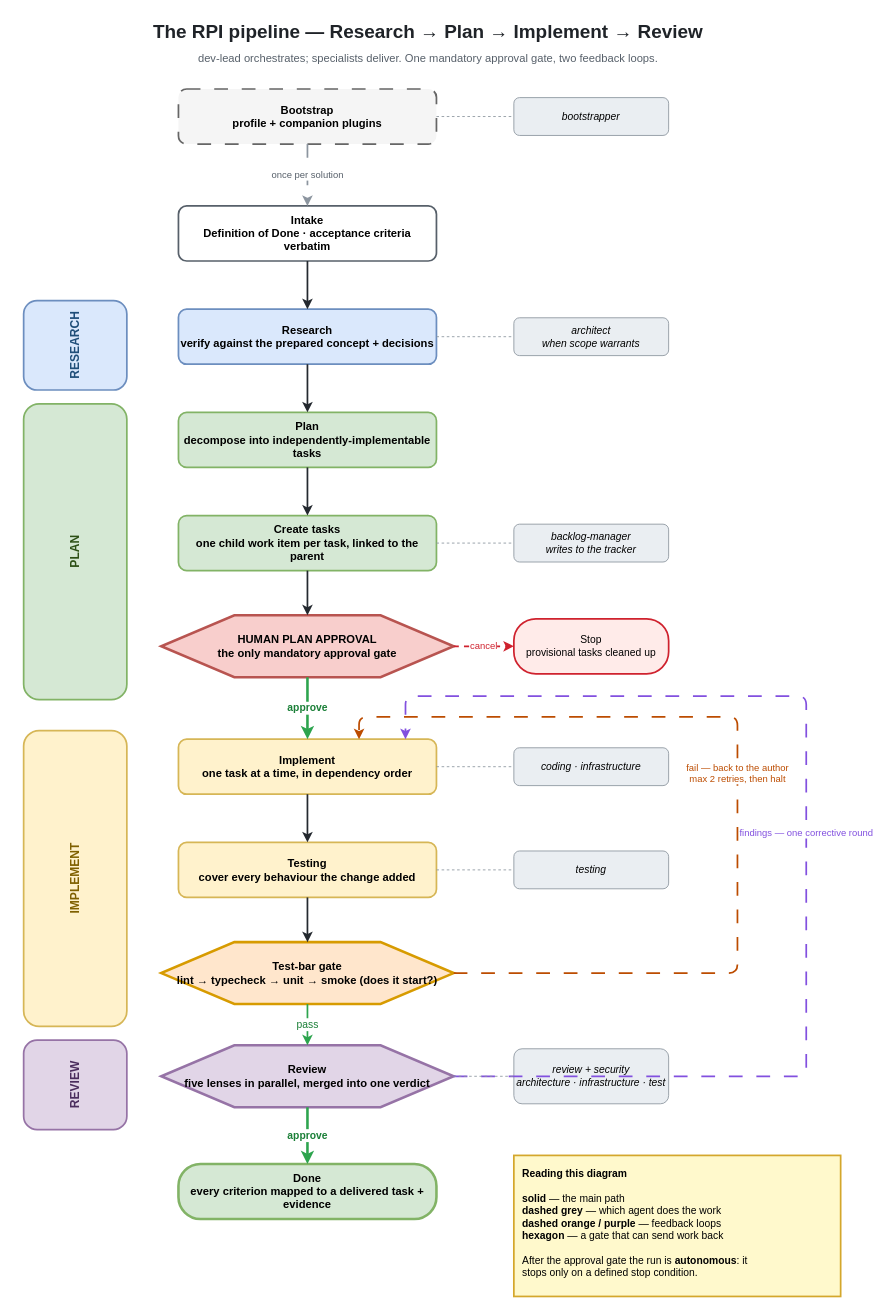
The draw.io diagram docs/assets/rpi-pipeline.drawio in hoffe86/agile-agents, before the edit. Source tidied: cells renumbered, new cells numbered last; positions are measured from the earlier drawing's top-left corner, leaving out a move shared by most shapes. Both pictures are drawn from the tidied source at 86%, with x=0, y=0 at pixel (15, 15).
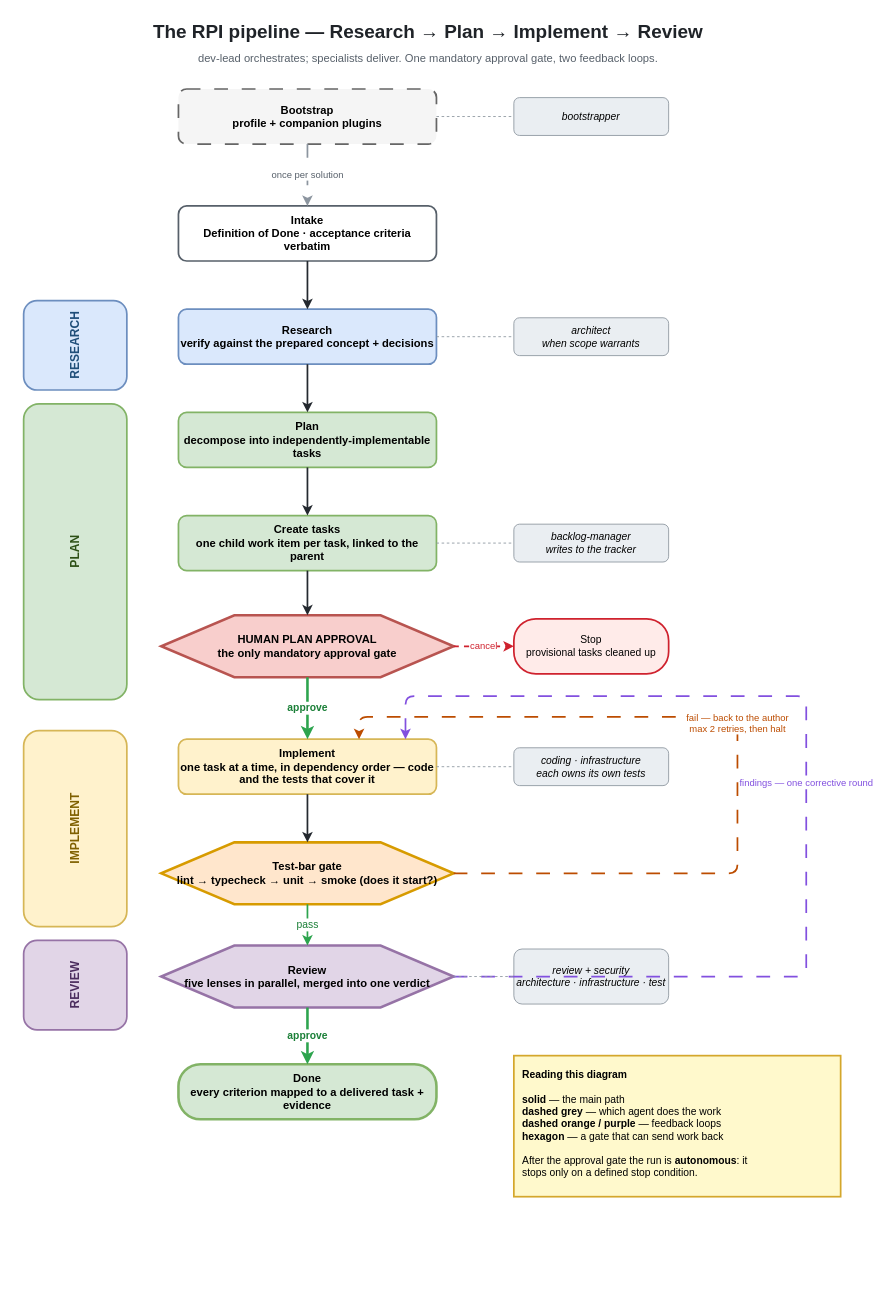
After the change.

Diff of the diagram source:
```diff
@@
     <mxCell id="6" value="IMPLEMENT" style="rounded=1;whiteSpace=wrap;html=1;fillColor=#fff2cc;strokeColor=#d6b656;strokeWidth=2;fontSize=14;fontStyle=1;fontColor=#7f6000;verticalAlign=middle;horizontal=0;" parent="1" vertex="1">
-      <mxGeometry x="10" y="832" width="120" height="344" as="geometry" />
+      <mxGeometry x="10" y="832" width="120" height="228" as="geometry" />
     </mxCell>
     <mxCell id="7" value="REVIEW" style="rounded=1;whiteSpace=wrap;html=1;fillColor=#e1d5e7;strokeColor=#9673a6;strokeWidth=2;fontSize=14;fontStyle=1;fontColor=#4b2d5e;verticalAlign=middle;horizontal=0;" parent="1" vertex="1">
-      <mxGeometry x="10" y="1192" width="120" height="104" as="geometry" />
+      <mxGeometry x="10" y="1076" width="120" height="104" as="geometry" />
     </mxCell>
@@
-    <mxCell id="15" value="Implement&#10;one task at a time, in dependency order" style="rounded=1;whiteSpace=wrap;html=1;fillColor=#fff2cc;strokeColor=#d6b656;strokeWidth=2;fontSize=13;fontStyle=1;" parent="1" vertex="1">
+    <mxCell id="15" value="Implement&#10;one task at a time, in dependency order — code and the tests that cover it" style="rounded=1;whiteSpace=wrap;html=1;fillColor=#fff2cc;strokeColor=#d6b656;strokeWidth=2;fontSize=13;fontStyle=1;" parent="1" vertex="1">
       <mxGeometry x="190" y="842" width="300" height="64" as="geometry" />
     </mxCell>
-    <mxCell id="16" value="Testing&#10;cover every behaviour the change added" style="rounded=1;whiteSpace=wrap;html=1;fillColor=#fff2cc;strokeColor=#d6b656;strokeWidth=2;fontSize=13;fontStyle=1;" parent="1" vertex="1">
-      <mxGeometry x="190" y="962" width="300" height="64" as="geometry" />
-    </mxCell>
     <mxCell id="17" value="Test-bar gate&#10;lint → typecheck → unit → smoke (does it start?)" style="shape=hexagon;perimeter=hexagonPerimeter2;whiteSpace=wrap;html=1;fillColor=#ffe6cc;strokeColor=#d79b00;strokeWidth=3;fontSize=13;fontStyle=1;" parent="1" vertex="1">
-      <mxGeometry x="170" y="1078" width="340" height="72" as="geometry" />
+      <mxGeometry x="170" y="962" width="340" height="72" as="geometry" />
     </mxCell>
     <mxCell id="18" value="Review&#10;five lenses in parallel, merged into one verdict" style="shape=hexagon;perimeter=hexagonPerimeter2;whiteSpace=wrap;html=1;fillColor=#e1d5e7;strokeColor=#9673a6;strokeWidth=3;fontSize=13;fontStyle=1;" parent="1" vertex="1">
-      <mxGeometry x="170" y="1198" width="340" height="72" as="geometry" />
+      <mxGeometry x="170" y="1082" width="340" height="72" as="geometry" />
     </mxCell>
     <mxCell id="19" value="Done&#10;every criterion mapped to a delivered task + evidence" style="rounded=1;arcSize=40;whiteSpace=wrap;html=1;fillColor=#d5e8d4;strokeColor=#82b366;strokeWidth=3;fontSize=13;fontStyle=1;" parent="1" vertex="1">
-      <mxGeometry x="190" y="1336" width="300" height="64" as="geometry" />
+      <mxGeometry x="190" y="1220" width="300" height="64" as="geometry" />
     </mxCell>
@@
-    <mxCell id="23" value="coding · infrastructure" style="rounded=1;whiteSpace=wrap;html=1;fillColor=#eaeef2;strokeColor=#8c959f;fontSize=12;fontStyle=2;" parent="1" vertex="1">
+    <mxCell id="23" value="coding · infrastructure&#10;each owns its own tests" style="rounded=1;whiteSpace=wrap;html=1;fillColor=#eaeef2;strokeColor=#8c959f;fontSize=12;fontStyle=2;" parent="1" vertex="1">
       <mxGeometry x="580" y="852" width="180" height="44" as="geometry" />
     </mxCell>
-    <mxCell id="24" value="testing" style="rounded=1;whiteSpace=wrap;html=1;fillColor=#eaeef2;strokeColor=#8c959f;fontSize=12;fontStyle=2;" parent="1" vertex="1">
-      <mxGeometry x="580" y="972" width="180" height="44" as="geometry" />
-    </mxCell>
     <mxCell id="25" value="review + security&#10;architecture · infrastructure · test" style="rounded=1;whiteSpace=wrap;html=1;fillColor=#eaeef2;strokeColor=#8c959f;fontSize=12;fontStyle=2;" parent="1" vertex="1">
-      <mxGeometry x="580" y="1202" width="180" height="64" as="geometry" />
+      <mxGeometry x="580" y="1086" width="180" height="64" as="geometry" />
     </mxCell>
@@
-    <mxCell id="33" style="edgeStyle=orthogonalEdgeStyle;rounded=1;html=1;strokeWidth=2;strokeColor=#24292f;" parent="1" edge="1" source="15" target="16">
-      <mxGeometry relative="1" as="geometry" />
-    </mxCell>
-    <mxCell id="34" style="edgeStyle=orthogonalEdgeStyle;rounded=1;html=1;strokeWidth=2;strokeColor=#24292f;" parent="1" edge="1" source="16" target="17">
-      <mxGeometry relative="1" as="geometry" />
-    </mxCell>
+    <mxCell id="46" style="edgeStyle=orthogonalEdgeStyle;rounded=1;html=1;strokeWidth=2;strokeColor=#24292f;" parent="1" edge="1" source="15" target="17">
+      <mxGeometry relative="1" as="geometry" />
+    </mxCell>
@@
     <mxCell id="37" value="fail — back to the author&#10;max 2 retries, then halt" style="edgeStyle=orthogonalEdgeStyle;rounded=1;html=1;strokeWidth=2;strokeColor=#bc4c00;dashed=1;dashPattern=8 8;fontSize=11;fontColor=#bc4c00;exitX=1;exitY=0.5;exitDx=0;exitDy=0;entryX=0.7;entryY=0;entryDx=0;entryDy=0;verticalAlign=bottom;" parent="1" edge="1" source="17" target="15">
       <mxGeometry relative="1" as="geometry">
         <Array as="points">
-          <mxPoint x="840" y="1114" />
+          <mxPoint x="840" y="998" />
           <mxPoint x="840" y="816" />
           <mxPoint x="400" y="816" />
         </Array>
       </mxGeometry>
     </mxCell>
     <mxCell id="38" value="findings — one corrective round" style="edgeStyle=orthogonalEdgeStyle;rounded=1;html=1;strokeWidth=2;strokeColor=#8250df;dashed=1;dashPattern=8 8;fontSize=11;fontColor=#8250df;exitX=1;exitY=0.5;exitDx=0;exitDy=0;entryX=0.88;entryY=0;entryDx=0;entryDy=0;verticalAlign=bottom;" parent="1" edge="1" source="18" target="15">
       <mxGeometry relative="1" as="geometry">
         <Array as="points">
-          <mxPoint x="920" y="1234" />
+          <mxPoint x="920" y="1118" />
           <mxPoint x="920" y="792" />
           <mxPoint x="454" y="792" />
         </Array>
       </mxGeometry>
     </mxCell>
@@
-    <mxCell id="43" style="edgeStyle=orthogonalEdgeStyle;rounded=1;html=1;strokeWidth=1;strokeColor=#8c959f;dashed=1;endArrow=none;" parent="1" edge="1" source="16" target="24">
-      <mxGeometry relative="1" as="geometry" />
-    </mxCell>
@@
     <mxCell id="45" value="&lt;b&gt;Reading this diagram&lt;/b&gt;&lt;br&gt;&lt;br&gt;&lt;b&gt;solid&lt;/b&gt; — the main path&lt;br&gt;&lt;b&gt;dashed grey&lt;/b&gt; — which agent does the work&lt;br&gt;&lt;b&gt;dashed orange / purple&lt;/b&gt; — feedback loops&lt;br&gt;&lt;b&gt;hexagon&lt;/b&gt; — a gate that can send work back&lt;br&gt;&lt;br&gt;After the approval gate the run is &lt;b&gt;autonomous&lt;/b&gt;: it&lt;br&gt;stops only on a defined stop condition." style="rounded=0;whiteSpace=wrap;html=1;fillColor=#fff9cc;strokeColor=#d4a72c;strokeWidth=2;align=left;verticalAlign=top;fontSize=12;spacing=10;" parent="1" vertex="1">
-      <mxGeometry x="580" y="1326" width="380" height="164" as="geometry" />
+      <mxGeometry x="580" y="1210" width="380" height="164" as="geometry" />
     </mxCell>
```
